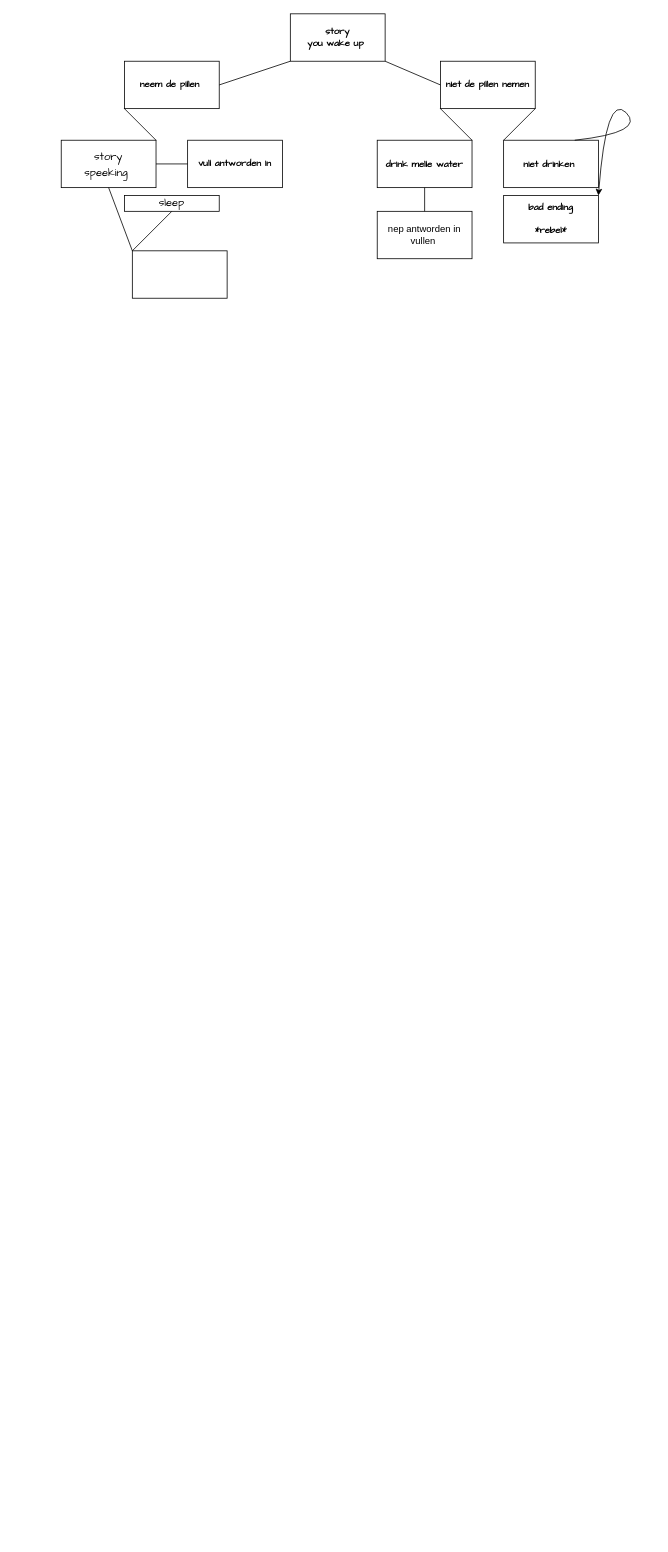
Apexvixen/textgame keeps this draw.io diagram as Diagram zonder titel.drawio. Above is the earlier version. Source tidied: cells renumbered, new cells numbered last; positions are measured from the earlier drawing's top-left corner, leaving out a move shared by most shapes. Both pictures are drawn from the tidied source at 79%, with x=0, y=0 at pixel (61, 13).
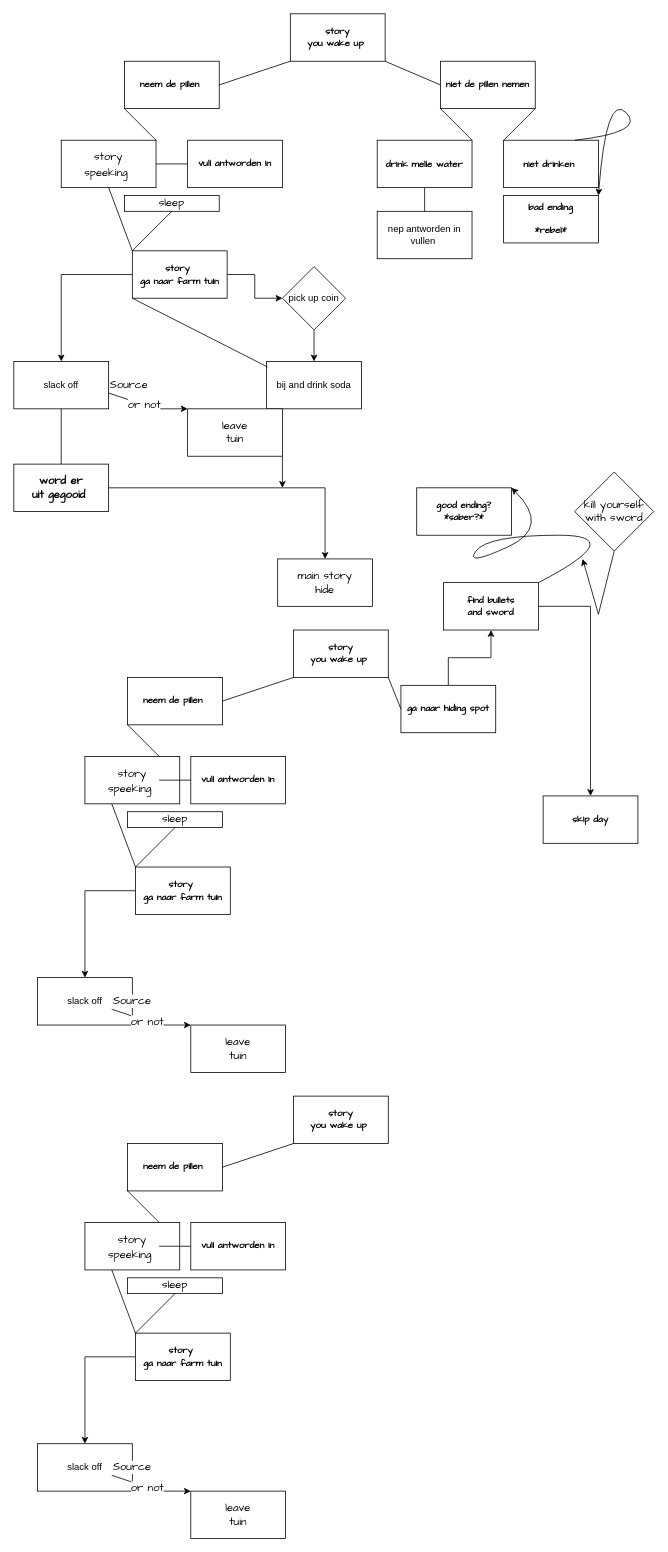
The same page after the edit.

Diff of the diagram source:
```diff
@@
+    <mxCell id="22" style="edgeStyle=orthogonalEdgeStyle;rounded=0;jettySize=auto;html=1;fontFamily=Comic Sans MS;fontSize=14;" parent="1" edge="1" source="9" target="25">
+      <mxGeometry relative="1" as="geometry" />
+    </mxCell>
+    <mxCell id="23" style="edgeStyle=orthogonalEdgeStyle;rounded=0;jettySize=auto;html=1;fontFamily=Comic Sans MS;fontSize=14;" parent="1" edge="1" source="9" target="28">
+      <mxGeometry relative="1" as="geometry" />
+    </mxCell>
-    <mxCell id="9" style="rounded=0;whiteSpace=wrap;html=1;" parent="1" vertex="1">
+    <mxCell id="9" value="&lt;font face=&quot;Comic Sans MS&quot;&gt;&lt;b&gt;story&amp;nbsp;&lt;br&gt;ga naar farm tuin&lt;br&gt;&lt;/b&gt;&lt;/font&gt;" style="rounded=0;whiteSpace=wrap;html=1;" parent="1" vertex="1">
       <mxGeometry x="90" y="300" width="120" height="60" as="geometry" />
     </mxCell>
@@
+    <mxCell id="24" style="edgeStyle=orthogonalEdgeStyle;rounded=0;jettySize=auto;html=1;fontFamily=Comic Sans MS;fontSize=14;" parent="1" edge="1" source="25" target="26">
+      <mxGeometry relative="1" as="geometry" />
+    </mxCell>
+    <mxCell id="25" value="pick up coin" style="rhombus;whiteSpace=wrap;html=1;rounded=0;" parent="1" vertex="1">
+      <mxGeometry x="280" y="320" width="80" height="80" as="geometry" />
+    </mxCell>
+    <mxCell id="26" value="bij and drink soda" style="whiteSpace=wrap;html=1;rounded=0;" parent="1" vertex="1">
+      <mxGeometry x="260" y="440" width="120" height="60" as="geometry" />
+    </mxCell>
+    <mxCell id="27" style="endArrow=none;html=1;rounded=0;fontFamily=Comic Sans MS;fontSize=14;entryX=0;entryY=1;entryDx=0;entryDy=0;exitX=0.01;exitY=0.117;exitDx=0;exitDy=0;exitPerimeter=0;" parent="1" edge="1" source="26" target="9">
+      <mxGeometry relative="1" as="geometry" />
+    </mxCell>
+    <mxCell id="28" value="slack off" style="rounded=0;whiteSpace=wrap;html=1;" parent="1" vertex="1">
+      <mxGeometry x="-60" y="440" width="120" height="60" as="geometry" />
+    </mxCell>
+    <mxCell id="29" style="endArrow=classic;html=1;rounded=0;fontFamily=Comic Sans MS;fontSize=14;entryX=0;entryY=0;entryDx=0;entryDy=0;" parent="1" edge="1" target="32">
+      <mxGeometry relative="1" as="geometry">
+        <mxPoint x="60" y="480" as="sourcePoint" />
+        <Array as="points">
+          <mxPoint x="120" y="500" />
+        </Array>
+      </mxGeometry>
+    </mxCell>
+    <mxCell id="30" value="Source" style="edgeLabel;html=1;align=left;verticalAlign=bottom;fontFamily=Comic Sans MS;fontSize=14;" parent="29" vertex="1">
+      <mxGeometry x="-1" relative="1" as="geometry" />
+    </mxCell>
+    <mxCell id="31" value="or not" style="edgeLabel;html=1;align=center;verticalAlign=middle;fontSize=14;fontFamily=Comic Sans MS;" parent="29" vertex="1">
+      <mxGeometry x="-0.09" y="-1" relative="1" as="geometry" />
+    </mxCell>
+    <mxCell id="32" value="leave&lt;br&gt;tuin" style="rounded=0;whiteSpace=wrap;html=1;fontFamily=Comic Sans MS;fontSize=14;" parent="1" vertex="1">
+      <mxGeometry x="160" y="500" width="120" height="60" as="geometry" />
+    </mxCell>
+    <mxCell id="33" style="endArrow=none;html=1;rounded=0;fontFamily=Comic Sans MS;fontSize=14;entryX=0.5;entryY=1;entryDx=0;entryDy=0;" parent="1" edge="1" target="28">
+      <mxGeometry relative="1" as="geometry">
+        <mxPoint y="570" as="sourcePoint" />
+      </mxGeometry>
+    </mxCell>
+    <mxCell id="34" style="edgeStyle=orthogonalEdgeStyle;rounded=0;jettySize=auto;html=1;fontFamily=Comic Sans MS;fontSize=14;" parent="1" edge="1" source="35" target="36">
+      <mxGeometry relative="1" as="geometry" />
+    </mxCell>
+    <mxCell id="35" value="&lt;b&gt;word er uit&amp;nbsp;gegooid&amp;nbsp;&lt;/b&gt;" style="rounded=0;whiteSpace=wrap;html=1;fontFamily=Comic Sans MS;fontSize=14;" parent="1" vertex="1">
+      <mxGeometry x="-60" y="570" width="120" height="60" as="geometry" />
+    </mxCell>
+    <mxCell id="36" value="main story&lt;br&gt;hide" style="rounded=0;whiteSpace=wrap;html=1;fontSize=14;fontFamily=Comic Sans MS;" parent="1" vertex="1">
+      <mxGeometry x="274" y="690" width="120" height="60" as="geometry" />
+    </mxCell>
+    <mxCell id="37" style="endArrow=classic;html=1;rounded=0;fontFamily=Comic Sans MS;fontSize=14;exitX=1;exitY=1;exitDx=0;exitDy=0;" parent="1" edge="1" source="32">
+      <mxGeometry relative="1" as="geometry">
+        <mxPoint x="280" y="600" as="targetPoint" />
+      </mxGeometry>
+    </mxCell>
+    <mxCell id="38" value="story&lt;br&gt;you wake up&amp;nbsp;" style="rounded=0;whiteSpace=wrap;html=1;fontFamily=Comic Sans MS;fontStyle=1;" parent="1" vertex="1">
+      <mxGeometry x="294" y="780" width="120" height="60" as="geometry" />
+    </mxCell>
+    <mxCell id="39" value="neem de pillen&amp;nbsp;" style="rounded=0;whiteSpace=wrap;html=1;fontFamily=Comic Sans MS;fontStyle=1;fontSize=12;" parent="1" vertex="1">
+      <mxGeometry x="84" y="840" width="120" height="60" as="geometry" />
+    </mxCell>
+    <mxCell id="40" style="edgeStyle=orthogonalEdgeStyle;rounded=0;jettySize=auto;html=1;fontFamily=Comic Sans MS;fontSize=14;" parent="1" edge="1" source="41" target="58">
+      <mxGeometry relative="1" as="geometry" />
+    </mxCell>
+    <mxCell id="41" value="ga naar hiding spot" style="rounded=0;whiteSpace=wrap;html=1;fontFamily=Comic Sans MS;fontStyle=1;" parent="1" vertex="1">
+      <mxGeometry x="430" y="850" width="120" height="60" as="geometry" />
+    </mxCell>
+    <mxCell id="42" value="&lt;font style=&quot;font-size: 14px;&quot; face=&quot;Comic Sans MS&quot;&gt;&lt;span style=&quot;font-weight: normal;&quot;&gt;story&lt;br&gt;speeking&amp;nbsp;&lt;br&gt;&lt;/span&gt;&lt;/font&gt;" style="rounded=0;whiteSpace=wrap;html=1;fontFamily=Helvetica;fontStyle=1;fontSize=16;" parent="1" vertex="1">
+      <mxGeometry x="30" y="940" width="120" height="60" as="geometry" />
+    </mxCell>
+    <mxCell id="43" value="vull antworden in" style="rounded=0;whiteSpace=wrap;html=1;fontFamily=Comic Sans MS;fontStyle=1;" parent="1" vertex="1">
+      <mxGeometry x="164" y="940" width="120" height="60" as="geometry" />
+    </mxCell>
+    <mxCell id="44" style="edgeStyle=orthogonalEdgeStyle;rounded=0;jettySize=auto;html=1;fontFamily=Comic Sans MS;fontSize=14;" parent="1" edge="1" source="45" target="52">
+      <mxGeometry relative="1" as="geometry" />
+    </mxCell>
+    <mxCell id="45" value="&lt;font face=&quot;Comic Sans MS&quot;&gt;&lt;b&gt;story&amp;nbsp;&lt;br&gt;ga naar farm tuin&lt;br&gt;&lt;/b&gt;&lt;/font&gt;" style="rounded=0;whiteSpace=wrap;html=1;" parent="1" vertex="1">
+      <mxGeometry x="94" y="1080" width="120" height="60" as="geometry" />
+    </mxCell>
+    <mxCell id="46" style="endArrow=none;html=1;rounded=0;fontFamily=Comic Sans MS;exitX=1;exitY=0.5;exitDx=0;exitDy=0;" parent="1" edge="1" source="39">
+      <mxGeometry relative="1" as="geometry">
+        <mxPoint x="294" y="840" as="targetPoint" />
+      </mxGeometry>
+    </mxCell>
+    <mxCell id="47" style="endArrow=none;html=1;rounded=0;fontFamily=Comic Sans MS;exitX=0;exitY=0.5;exitDx=0;exitDy=0;entryX=1;entryY=1;entryDx=0;entryDy=0;" parent="1" edge="1" source="41" target="38">
+      <mxGeometry relative="1" as="geometry" />
+    </mxCell>
+    <mxCell id="48" style="endArrow=none;html=1;rounded=0;fontFamily=Comic Sans MS;exitX=1;exitY=0.5;exitDx=0;exitDy=0;" parent="1" edge="1">
+      <mxGeometry relative="1" as="geometry">
+        <mxPoint x="124" y="970" as="sourcePoint" />
+        <mxPoint x="164" y="970" as="targetPoint" />
+      </mxGeometry>
+    </mxCell>
+    <mxCell id="49" style="endArrow=none;html=1;rounded=0;fontFamily=Comic Sans MS;entryX=0;entryY=1;entryDx=0;entryDy=0;exitX=1;exitY=0;exitDx=0;exitDy=0;" parent="1" edge="1" target="39">
+      <mxGeometry relative="1" as="geometry">
+        <mxPoint x="124" y="940" as="sourcePoint" />
+      </mxGeometry>
+    </mxCell>
+    <mxCell id="50" value="sleep" style="rounded=0;whiteSpace=wrap;html=1;fontFamily=Comic Sans MS;fontSize=14;" parent="1" vertex="1">
+      <mxGeometry x="84" y="1010" width="120" height="20" as="geometry" />
+    </mxCell>
+    <mxCell id="51" style="endArrow=none;html=1;rounded=0;fontFamily=Comic Sans MS;fontSize=14;entryX=0.5;entryY=1;entryDx=0;entryDy=0;exitX=0.5;exitY=1;exitDx=0;exitDy=0;" parent="1" edge="1" source="50">
+      <mxGeometry relative="1" as="geometry">
+        <mxPoint x="64" y="1000" as="targetPoint" />
+        <Array as="points">
+          <mxPoint x="94" y="1080" />
+        </Array>
+      </mxGeometry>
+    </mxCell>
+    <mxCell id="52" value="slack off" style="rounded=0;whiteSpace=wrap;html=1;" parent="1" vertex="1">
+      <mxGeometry x="-30" y="1220" width="120" height="60" as="geometry" />
+    </mxCell>
+    <mxCell id="53" style="endArrow=classic;html=1;rounded=0;fontFamily=Comic Sans MS;fontSize=14;entryX=0;entryY=0;entryDx=0;entryDy=0;" parent="1" edge="1" target="56">
+      <mxGeometry relative="1" as="geometry">
+        <mxPoint x="64" y="1260" as="sourcePoint" />
+        <Array as="points">
+          <mxPoint x="124" y="1280" />
+        </Array>
+      </mxGeometry>
+    </mxCell>
+    <mxCell id="54" value="Source" style="edgeLabel;html=1;align=left;verticalAlign=bottom;fontFamily=Comic Sans MS;fontSize=14;" parent="53" vertex="1">
+      <mxGeometry x="-1" relative="1" as="geometry" />
+    </mxCell>
+    <mxCell id="55" value="or not" style="edgeLabel;html=1;align=center;verticalAlign=middle;fontSize=14;fontFamily=Comic Sans MS;" parent="53" vertex="1">
+      <mxGeometry x="-0.09" y="-1" relative="1" as="geometry" />
+    </mxCell>
+    <mxCell id="56" value="leave&lt;br&gt;tuin" style="rounded=0;whiteSpace=wrap;html=1;fontFamily=Comic Sans MS;fontSize=14;" parent="1" vertex="1">
+      <mxGeometry x="164" y="1280" width="120" height="60" as="geometry" />
+    </mxCell>
+    <mxCell id="57" style="edgeStyle=orthogonalEdgeStyle;rounded=0;jettySize=auto;html=1;fontFamily=Comic Sans MS;fontSize=14;" parent="1" edge="1" source="58" target="63">
+      <mxGeometry relative="1" as="geometry" />
+    </mxCell>
+    <mxCell id="58" value="find bullets&lt;br&gt;and sword" style="whiteSpace=wrap;html=1;fontFamily=Comic Sans MS;rounded=0;fontStyle=1;" parent="1" vertex="1">
+      <mxGeometry x="484" y="720" width="120" height="60" as="geometry" />
+    </mxCell>
+    <mxCell id="59" value="good ending?&lt;br&gt;*saber?*" style="whiteSpace=wrap;html=1;fontFamily=Comic Sans MS;rounded=0;fontStyle=1;" parent="1" vertex="1">
+      <mxGeometry x="450" y="600" width="120" height="60" as="geometry" />
+    </mxCell>
+    <mxCell id="60" style="curved=1;endArrow=classic;html=1;rounded=0;fontFamily=Comic Sans MS;fontSize=14;entryX=1;entryY=0;entryDx=0;entryDy=0;exitX=1;exitY=0;exitDx=0;exitDy=0;" parent="1" edge="1" source="58" target="59">
+      <mxGeometry relative="1" as="geometry">
+        <Array as="points">
+          <mxPoint x="720" y="660" />
+          <mxPoint x="540" y="660" />
+          <mxPoint x="510" y="700" />
+          <mxPoint x="620" y="650" />
+        </Array>
+      </mxGeometry>
+    </mxCell>
+    <mxCell id="61" value="kill yourself&lt;br&gt;with sword" style="rhombus;whiteSpace=wrap;html=1;fontFamily=Comic Sans MS;fontSize=14;" parent="1" vertex="1">
+      <mxGeometry x="650" y="580" width="100" height="100" as="geometry" />
+    </mxCell>
+    <mxCell id="62" style="endArrow=classic;html=1;rounded=0;fontFamily=Comic Sans MS;fontSize=14;exitX=0.5;exitY=1;exitDx=0;exitDy=0;" parent="1" edge="1" source="61">
+      <mxGeometry relative="1" as="geometry">
+        <mxPoint x="660" y="690" as="targetPoint" />
+        <Array as="points">
+          <mxPoint x="680" y="760" />
+        </Array>
+      </mxGeometry>
+    </mxCell>
+    <mxCell id="63" value="skip day" style="whiteSpace=wrap;html=1;fontFamily=Comic Sans MS;rounded=0;fontStyle=1;" parent="1" vertex="1">
+      <mxGeometry x="610" y="990" width="120" height="60" as="geometry" />
+    </mxCell>
+    <mxCell id="64" value="story&lt;br&gt;you wake up&amp;nbsp;" style="rounded=0;whiteSpace=wrap;html=1;fontFamily=Comic Sans MS;fontStyle=1;" parent="1" vertex="1">
+      <mxGeometry x="294" y="1370" width="120" height="60" as="geometry" />
+    </mxCell>
+    <mxCell id="65" value="neem de pillen&amp;nbsp;" style="rounded=0;whiteSpace=wrap;html=1;fontFamily=Comic Sans MS;fontStyle=1;fontSize=12;" parent="1" vertex="1">
+      <mxGeometry x="84" y="1430" width="120" height="60" as="geometry" />
+    </mxCell>
+    <mxCell id="66" value="&lt;font style=&quot;font-size: 14px;&quot; face=&quot;Comic Sans MS&quot;&gt;&lt;span style=&quot;font-weight: normal;&quot;&gt;story&lt;br&gt;speeking&amp;nbsp;&lt;br&gt;&lt;/span&gt;&lt;/font&gt;" style="rounded=0;whiteSpace=wrap;html=1;fontFamily=Helvetica;fontStyle=1;fontSize=16;" parent="1" vertex="1">
+      <mxGeometry x="30" y="1530" width="120" height="60" as="geometry" />
+    </mxCell>
+    <mxCell id="67" value="vull antworden in" style="rounded=0;whiteSpace=wrap;html=1;fontFamily=Comic Sans MS;fontStyle=1;" parent="1" vertex="1">
+      <mxGeometry x="164" y="1530" width="120" height="60" as="geometry" />
+    </mxCell>
+    <mxCell id="68" style="edgeStyle=orthogonalEdgeStyle;rounded=0;jettySize=auto;html=1;fontFamily=Comic Sans MS;fontSize=14;" parent="1" edge="1" source="69" target="75">
+      <mxGeometry relative="1" as="geometry" />
+    </mxCell>
+    <mxCell id="69" value="&lt;font face=&quot;Comic Sans MS&quot;&gt;&lt;b&gt;story&amp;nbsp;&lt;br&gt;ga naar farm tuin&lt;br&gt;&lt;/b&gt;&lt;/font&gt;" style="rounded=0;whiteSpace=wrap;html=1;" parent="1" vertex="1">
+      <mxGeometry x="94" y="1670" width="120" height="60" as="geometry" />
+    </mxCell>
+    <mxCell id="70" style="endArrow=none;html=1;rounded=0;fontFamily=Comic Sans MS;exitX=1;exitY=0.5;exitDx=0;exitDy=0;" parent="1" edge="1" source="65">
+      <mxGeometry relative="1" as="geometry">
+        <mxPoint x="294" y="1430" as="targetPoint" />
+      </mxGeometry>
+    </mxCell>
+    <mxCell id="71" style="endArrow=none;html=1;rounded=0;fontFamily=Comic Sans MS;exitX=1;exitY=0.5;exitDx=0;exitDy=0;" parent="1" edge="1">
+      <mxGeometry relative="1" as="geometry">
+        <mxPoint x="124" y="1560" as="sourcePoint" />
+        <mxPoint x="164" y="1560" as="targetPoint" />
+      </mxGeometry>
+    </mxCell>
+    <mxCell id="72" style="endArrow=none;html=1;rounded=0;fontFamily=Comic Sans MS;entryX=0;entryY=1;entryDx=0;entryDy=0;exitX=1;exitY=0;exitDx=0;exitDy=0;" parent="1" edge="1" target="65">
+      <mxGeometry relative="1" as="geometry">
+        <mxPoint x="124" y="1530" as="sourcePoint" />
+      </mxGeometry>
+    </mxCell>
+    <mxCell id="73" value="sleep" style="rounded=0;whiteSpace=wrap;html=1;fontFamily=Comic Sans MS;fontSize=14;" parent="1" vertex="1">
+      <mxGeometry x="84" y="1600" width="120" height="20" as="geometry" />
+    </mxCell>
+    <mxCell id="74" style="endArrow=none;html=1;rounded=0;fontFamily=Comic Sans MS;fontSize=14;entryX=0.5;entryY=1;entryDx=0;entryDy=0;exitX=0.5;exitY=1;exitDx=0;exitDy=0;" parent="1" edge="1" source="73">
+      <mxGeometry relative="1" as="geometry">
+        <mxPoint x="64" y="1590" as="targetPoint" />
+        <Array as="points">
+          <mxPoint x="94" y="1670" />
+        </Array>
+      </mxGeometry>
+    </mxCell>
+    <mxCell id="75" value="slack off" style="rounded=0;whiteSpace=wrap;html=1;" parent="1" vertex="1">
+      <mxGeometry x="-30" y="1810" width="120" height="60" as="geometry" />
+    </mxCell>
+    <mxCell id="76" style="endArrow=classic;html=1;rounded=0;fontFamily=Comic Sans MS;fontSize=14;entryX=0;entryY=0;entryDx=0;entryDy=0;" parent="1" edge="1" target="79">
+      <mxGeometry relative="1" as="geometry">
+        <mxPoint x="64" y="1850" as="sourcePoint" />
+        <Array as="points">
+          <mxPoint x="124" y="1870" />
+        </Array>
+      </mxGeometry>
+    </mxCell>
+    <mxCell id="77" value="Source" style="edgeLabel;html=1;align=left;verticalAlign=bottom;fontFamily=Comic Sans MS;fontSize=14;" parent="76" vertex="1">
+      <mxGeometry x="-1" relative="1" as="geometry" />
+    </mxCell>
+    <mxCell id="78" value="or not" style="edgeLabel;html=1;align=center;verticalAlign=middle;fontSize=14;fontFamily=Comic Sans MS;" parent="76" vertex="1">
+      <mxGeometry x="-0.09" y="-1" relative="1" as="geometry" />
+    </mxCell>
+    <mxCell id="79" value="leave&lt;br&gt;tuin" style="rounded=0;whiteSpace=wrap;html=1;fontFamily=Comic Sans MS;fontSize=14;" parent="1" vertex="1">
+      <mxGeometry x="164" y="1870" width="120" height="60" as="geometry" />
+    </mxCell>
```
